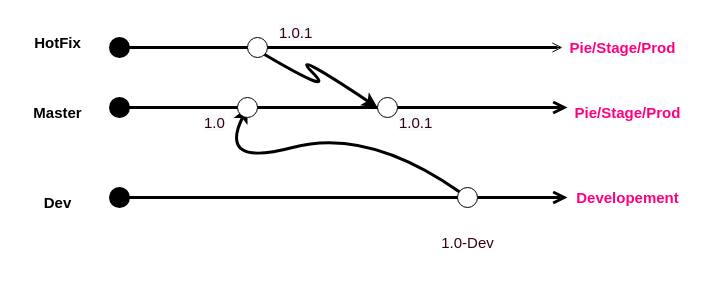
Vignesh40/Vignesh40 keeps this draw.io diagram as Branching.drawio. Above is the earlier version. Source tidied: cells renumbered, new cells numbered last; positions are measured from the earlier drawing's top-left corner, leaving out a move shared by most shapes. Both pictures are drawn from the tidied source at 100%, with x=0, y=0 at pixel (22, 17).
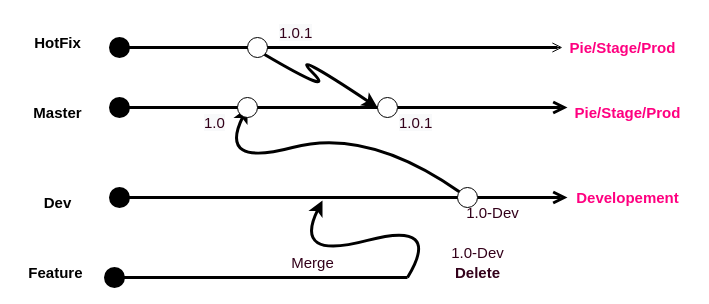
Above is the later version.

Diff of the diagram source:
```diff
@@
     <mxCell id="22" value="1.0-Dev" style="text;html=1;align=center;verticalAlign=middle;strokeColor=none;fillColor=none;fontSize=15;fontColor=#33001A;" parent="1" vertex="1">
-      <mxGeometry x="405" y="210" width="80" height="30" as="geometry" />
+      <mxGeometry x="430" y="180" width="80" height="30" as="geometry" />
     </mxCell>
@@
+    <mxCell id="26" style="html=1;verticalAlign=bottom;startArrow=circle;startFill=1;endArrow=none;startSize=6;endSize=8;rounded=0;strokeWidth=3;" parent="1" edge="1">
+      <mxGeometry relative="1" as="geometry">
+        <mxPoint x="80" y="260" as="sourcePoint" />
+        <mxPoint x="385" y="260" as="targetPoint" />
+      </mxGeometry>
+    </mxCell>
+    <mxCell id="27" style="curved=1;endArrow=classic;html=1;rounded=0;fontSize=15;strokeWidth=3;" parent="1" edge="1">
+      <mxGeometry relative="1" as="geometry">
+        <mxPoint x="385" y="260" as="sourcePoint" />
+        <mxPoint x="300" y="182.9" as="targetPoint" />
+        <Array as="points">
+          <mxPoint x="420" y="202.9" />
+          <mxPoint x="270" y="242.9" />
+        </Array>
+      </mxGeometry>
+    </mxCell>
+    <mxCell id="28" value="&lt;b&gt;Delete&lt;/b&gt;" style="text;html=1;align=center;verticalAlign=middle;strokeColor=none;fillColor=none;fontSize=15;fontColor=#33001A;" parent="1" vertex="1">
+      <mxGeometry x="420" y="240" width="70" height="30" as="geometry" />
+    </mxCell>
+    <mxCell id="29" value="&lt;b&gt;Feature&amp;nbsp;&lt;/b&gt;" style="text;html=1;align=center;verticalAlign=middle;strokeColor=none;fillColor=none;fontSize=15;" parent="1" vertex="1">
+      <mxGeometry x="-5" y="240" width="80" height="30" as="geometry" />
+    </mxCell>
+    <mxCell id="30" value="1.0-Dev" style="text;html=1;align=center;verticalAlign=middle;strokeColor=none;fillColor=none;fontSize=15;fontColor=#33001A;" parent="1" vertex="1">
+      <mxGeometry x="415" y="220" width="80" height="30" as="geometry" />
+    </mxCell>
+    <mxCell id="31" value="Merge" style="text;html=1;align=center;verticalAlign=middle;strokeColor=none;fillColor=none;fontSize=15;fontColor=#33001A;" parent="1" vertex="1">
+      <mxGeometry x="255" y="230" width="70" height="30" as="geometry" />
+    </mxCell>
```
